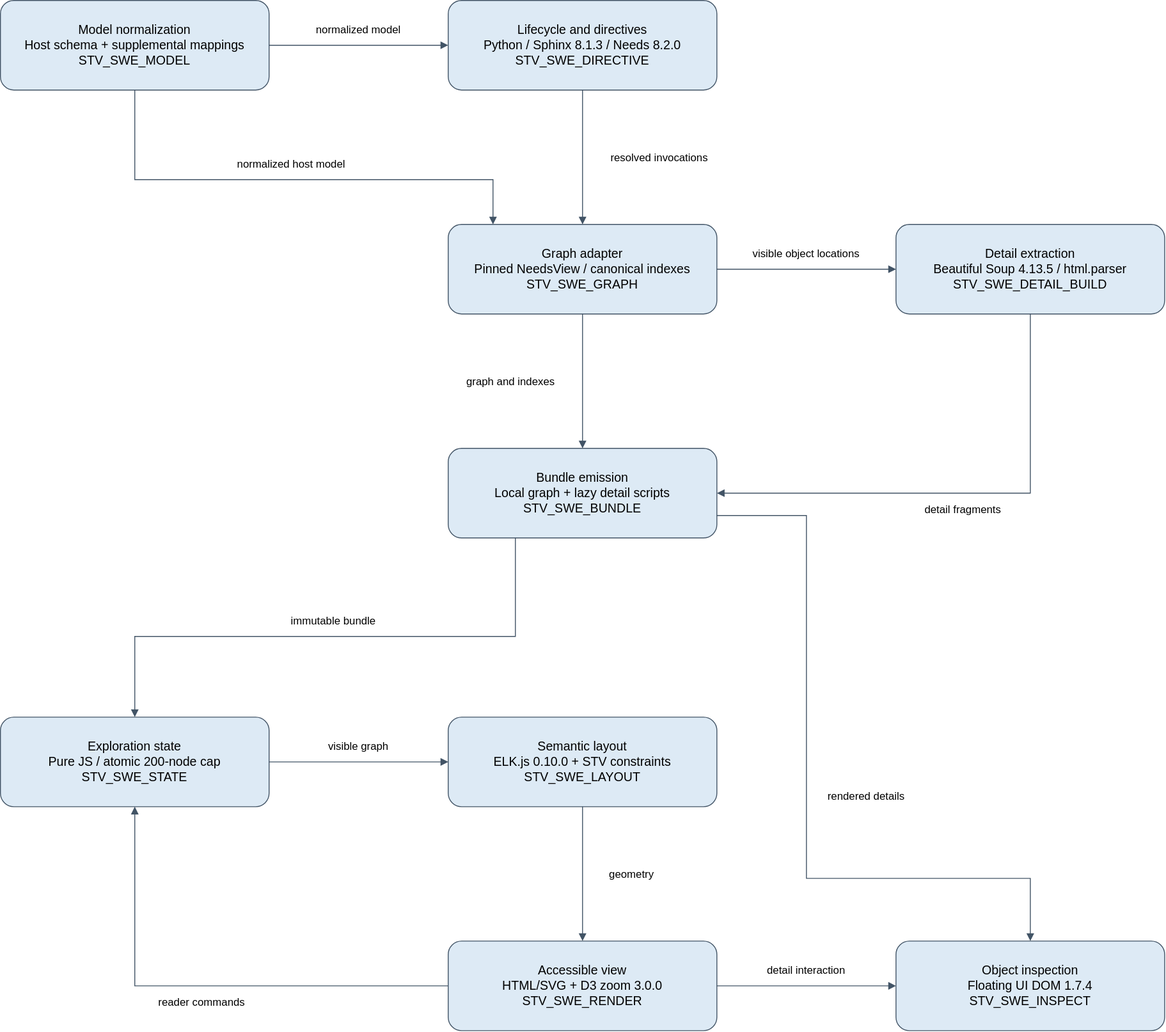
The draw.io diagram docs/architecture/diagrams/software-architecture.svg in sysblacksmith/STV_sphinx-traceability-view, before a commit. Source tidied: cells renumbered, new cells last; positions are measured from the earlier drawing's top-left corner, leaving out a move shared by most shapes.
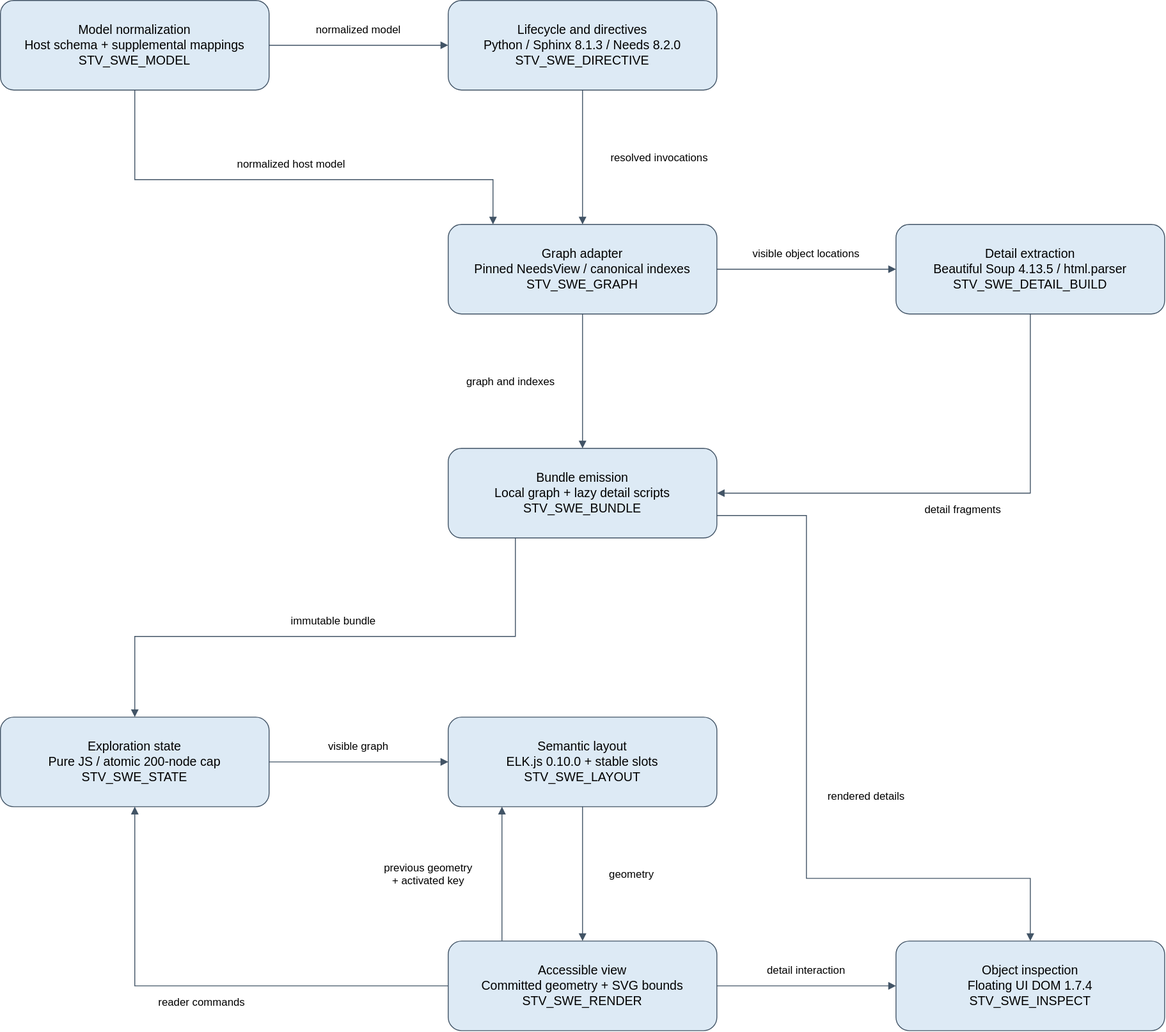
The same file after the commit.

What changed in the source:
```diff
@@ -20,10 +20,10 @@
     <mxCell id="7" value="Exploration state&#10;Pure JS / atomic 200-node cap&#10;STV_SWE_STATE" style="rounded=1;whiteSpace=wrap;html=0;fillColor=#ddeaf5;strokeColor=#425466;fontSize=14;spacing=12;" parent="1" vertex="1">
       <mxGeometry y="800" width="300" height="100" as="geometry" />
     </mxCell>
-    <mxCell id="8" value="Semantic layout&#10;ELK.js 0.10.0 + STV constraints&#10;STV_SWE_LAYOUT" style="rounded=1;whiteSpace=wrap;html=0;fillColor=#ddeaf5;strokeColor=#425466;fontSize=14;spacing=12;" parent="1" vertex="1">
+    <mxCell id="8" value="Semantic layout&#10;ELK.js 0.10.0 + stable slots&#10;STV_SWE_LAYOUT" style="rounded=1;whiteSpace=wrap;html=0;fillColor=#ddeaf5;strokeColor=#425466;fontSize=14;spacing=12;" parent="1" vertex="1">
       <mxGeometry x="500" y="800" width="300" height="100" as="geometry" />
     </mxCell>
-    <mxCell id="9" value="Accessible view&#10;HTML/SVG + D3 zoom 3.0.0&#10;STV_SWE_RENDER" style="rounded=1;whiteSpace=wrap;html=0;fillColor=#ddeaf5;strokeColor=#425466;fontSize=14;spacing=12;" parent="1" vertex="1">
+    <mxCell id="9" value="Accessible view&#10;Committed geometry + SVG bounds&#10;STV_SWE_RENDER" style="rounded=1;whiteSpace=wrap;html=0;fillColor=#ddeaf5;strokeColor=#425466;fontSize=14;spacing=12;" parent="1" vertex="1">
       <mxGeometry x="500" y="1050" width="300" height="100" as="geometry" />
     </mxCell>
     <mxCell id="10" value="Object inspection&#10;Floating UI DOM 1.7.4&#10;STV_SWE_INSPECT" style="rounded=1;whiteSpace=wrap;html=0;fillColor=#ddeaf5;strokeColor=#425466;fontSize=14;spacing=12;" parent="1" vertex="1">
@@ -108,5 +108,10 @@
         <mxPoint y="18" as="offset" />
       </mxGeometry>
     </mxCell>
+    <mxCell id="23" value="previous geometry&#10;+ activated key" style="edgeStyle=none;html=0;endArrow=block;endFill=1;strokeColor=#425466;fontSize=12;labelBackgroundColor=#ffffff;exitX=0.2;exitY=0;exitPerimeter=0;entryX=0.2;entryY=1;entryPerimeter=0;" parent="1" edge="1" source="9" target="8">
+      <mxGeometry relative="1" as="geometry">
+        <mxPoint x="-82" as="offset" />
+      </mxGeometry>
+    </mxCell>
   </root>
 </mxGraphModel>
```
